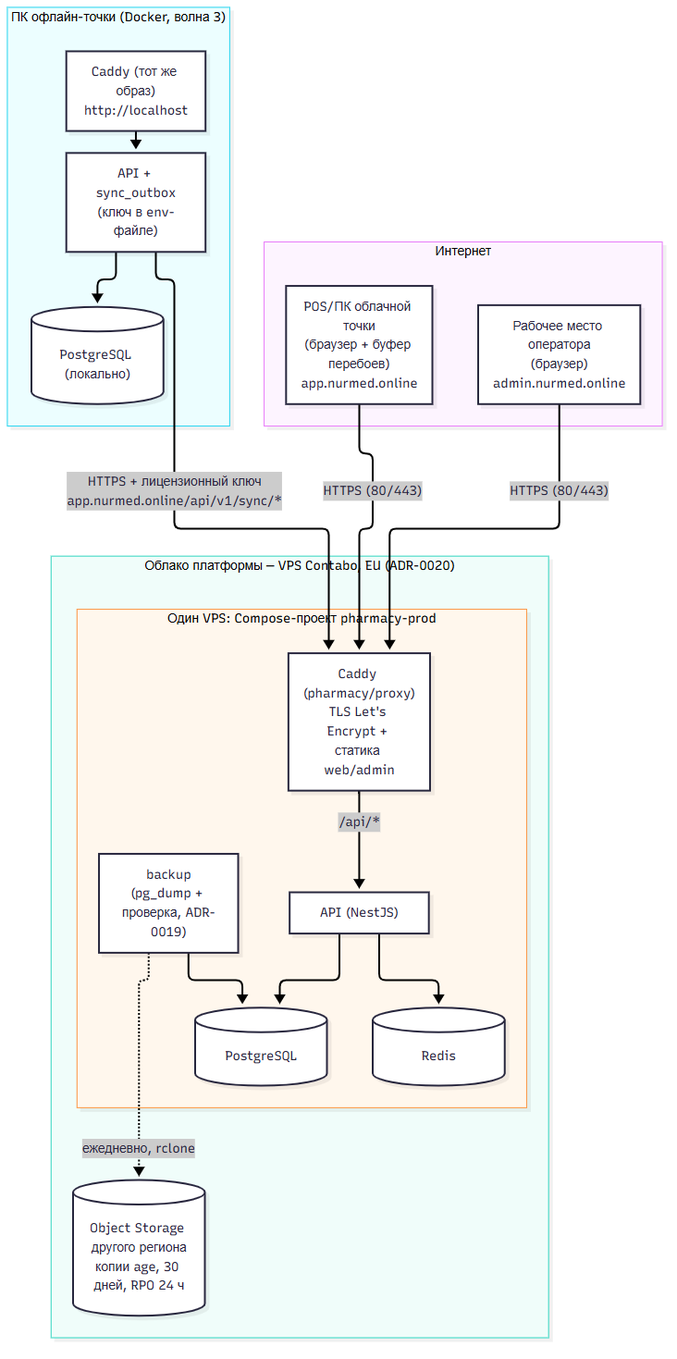
Earlier version of the Mermaid export docs/architecture/c4/img/deployment.png (zohidweb/pharmacy). Its source is kept beside it as docs/architecture/c4/deployment.mmd.
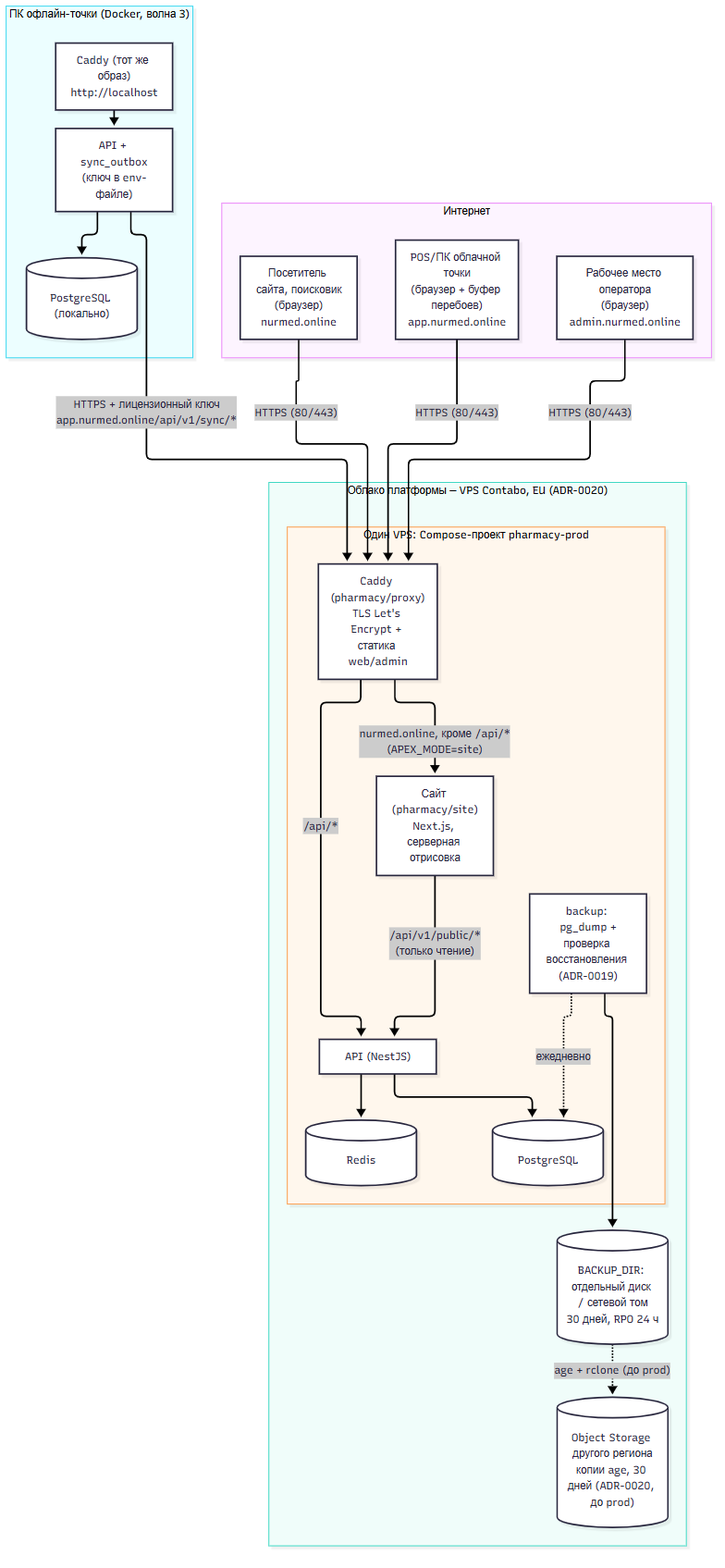
The same file after the commit.

Change to the diagram source:
```diff
@@ -3,6 +3,7 @@
     direction TB
     pos["POS/ПК облачной точки<br/>(браузер + буфер перебоев)<br/>app.nurmed.online"]
     opws["Рабочее место оператора<br/>(браузер)<br/>admin.nurmed.online"]
+    visitor["Посетитель сайта, поисковик<br/>(браузер)<br/>nurmed.online"]
   end
 
   subgraph cloudEnv["Облако платформы — VPS Contabo, EU (ADR-0020)"]
@@ -10,6 +11,7 @@
     subgraph vmApp["Один VPS: Compose-проект pharmacy-prod"]
       proxy["Caddy (pharmacy/proxy)<br/>TLS Let's Encrypt + статика web/admin"]
       api["API (NestJS)"]
+      site["Сайт (pharmacy/site)<br/>Next.js, серверная отрисовка"]
       pg[("PostgreSQL")]
       rd[("Redis")]
       bk["backup: pg_dump +<br/>проверка восстановления (ADR-0019)"]
@@ -26,7 +28,10 @@
 
   pos -- "HTTPS (80/443)" --> proxy
   opws -- "HTTPS (80/443)" --> proxy
+  visitor -- "HTTPS (80/443)" --> proxy
   proxy -- "/api/*" --> api
+  proxy -- "nurmed.online, кроме /api/*<br/>(APEX_MODE=site)" --> site
+  site -- "/api/v1/public/*<br/>(только чтение)" --> api
   api --> pg
   api --> rd
   bk -. ежедневно .-> pg
```
